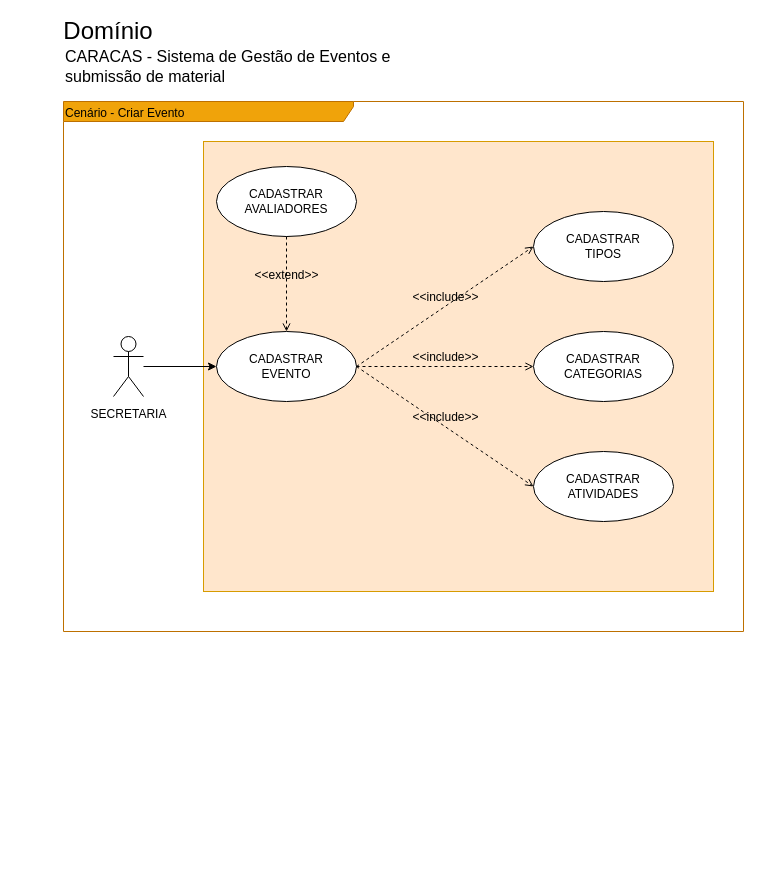
Before: doc/diagrama-casos-uso-CriarEvento.drawio in Hajadalaj/Plataforma-Caracas, a draw.io diagram. Source tidied: cells renumbered, new cells numbered last; positions are measured from the earlier drawing's top-left corner, leaving out a move shared by most shapes. Both pictures are drawn from the tidied source at 100%, with x=0, y=0 at pixel (63, 21).
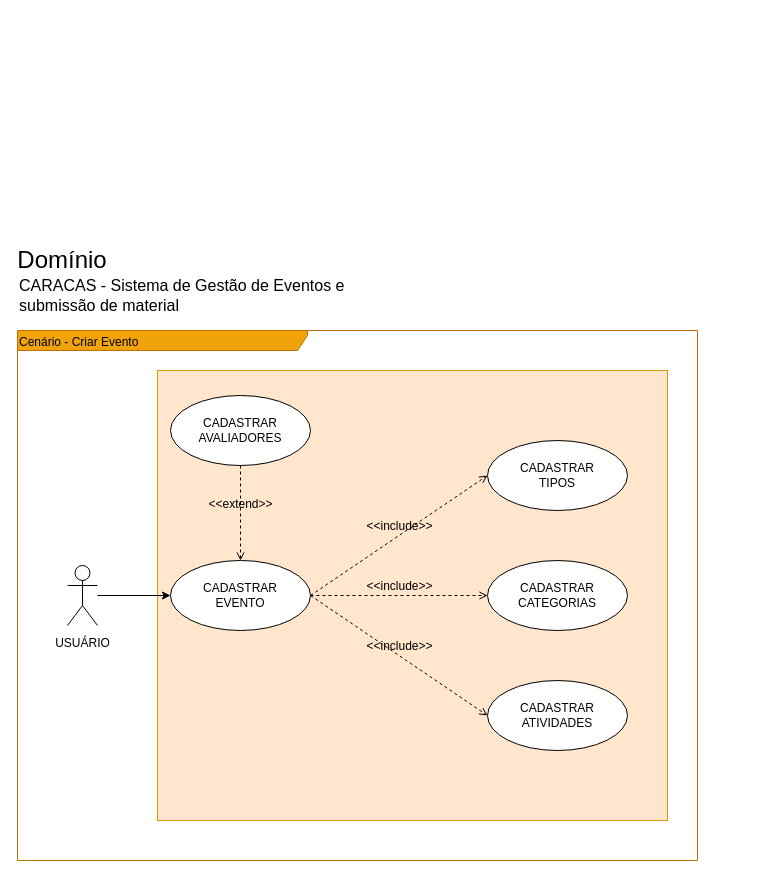
After the change.

Commit message (it also covers changes not shown here):
desenvolvido caso de uso para suporte do caso de uso de casdatro de evento

Change to the diagram source:
```diff
@@
 <mxGraphModel background="#FFFFFF">
   <root>
     <mxCell id="0" />
     <mxCell id="1" parent="0" />
+    <mxCell id="17" style="group;" parent="1" vertex="1">
+      <mxGeometry x="-46" y="229" width="680" height="610" as="geometry" />
+    </mxCell>
-    <mxCell id="2" value="&lt;font style=&quot;font-size: 12px&quot;&gt;Cenário - Criar Evento&lt;/font&gt;" style="shape=umlFrame;whiteSpace=wrap;html=1;fontSize=16;align=left;width=290;height=20;fillColor=#f0a30a;strokeColor=#BD7000;fontColor=#000000;" parent="1" vertex="1">
+    <mxCell id="2" value="&lt;font style=&quot;font-size: 12px&quot;&gt;Cenário - Criar Evento&lt;/font&gt;" style="shape=umlFrame;whiteSpace=wrap;html=1;fontSize=16;align=left;width=290;height=20;fillColor=#f0a30a;strokeColor=#BD7000;fontColor=#000000;" parent="17" vertex="1">
       <mxGeometry y="80" width="680" height="530" as="geometry" />
     </mxCell>
-    <mxCell id="3" style="rounded=0;whiteSpace=wrap;html=1;fontSize=12;align=left;fillColor=#ffe6cc;strokeColor=#d79b00;" parent="1" vertex="1">
+    <mxCell id="3" style="rounded=0;whiteSpace=wrap;html=1;fontSize=12;align=left;fillColor=#ffe6cc;strokeColor=#d79b00;" parent="17" vertex="1">
       <mxGeometry x="140" y="120" width="510" height="450" as="geometry" />
     </mxCell>
-    <mxCell id="4" value="Domínio" style="text;html=1;strokeColor=none;fillColor=none;align=center;verticalAlign=middle;whiteSpace=wrap;rounded=0;fontSize=24;fontColor=#000000;" parent="1" vertex="1">
+    <mxCell id="4" value="Domínio" style="text;html=1;strokeColor=none;fillColor=none;align=center;verticalAlign=middle;whiteSpace=wrap;rounded=0;fontSize=24;fontColor=#000000;" parent="17" vertex="1">
       <mxGeometry width="90" height="20" as="geometry" />
     </mxCell>
-    <mxCell id="5" value="CARACAS - Sistema de Gestão de Eventos e submissão de material" style="text;html=1;strokeColor=none;fillColor=none;align=left;verticalAlign=middle;whiteSpace=wrap;rounded=0;fontSize=16;fontColor=#000000;" parent="1" vertex="1">
+    <mxCell id="5" value="CARACAS - Sistema de Gestão de Eventos e submissão de material" style="text;html=1;strokeColor=none;fillColor=none;align=left;verticalAlign=middle;whiteSpace=wrap;rounded=0;fontSize=16;fontColor=#000000;" parent="17" vertex="1">
       <mxGeometry y="20" width="360" height="50" as="geometry" />
     </mxCell>
-    <mxCell id="6" style="edgeStyle=orthogonalEdgeStyle;rounded=0;jettySize=auto;html=1;entryX=0;entryY=0.5;entryDx=0;entryDy=0;fontSize=12;strokeColor=#000000;" parent="1" edge="1" source="7" target="8">
-      <mxGeometry relative="1" as="geometry" />
-    </mxCell>
-    <mxCell id="7" value="&lt;font style=&quot;font-size: 12px&quot; color=&quot;#000000&quot;&gt;SECRETARIA&lt;/font&gt;" style="shape=umlActor;verticalLabelPosition=bottom;verticalAlign=top;html=1;fontSize=16;strokeColor=#000000;fillColor=none;" parent="1" vertex="1">
+    <mxCell id="7" value="&lt;font color=&quot;#000000&quot;&gt;&lt;span style=&quot;font-size: 12px&quot;&gt;USUÁRIO&lt;/span&gt;&lt;/font&gt;" style="shape=umlActor;verticalLabelPosition=bottom;verticalAlign=top;html=1;fontSize=16;strokeColor=#000000;fillColor=none;" parent="17" vertex="1">
       <mxGeometry x="50" y="315" width="30" height="60" as="geometry" />
     </mxCell>
-    <mxCell id="8" value="&lt;font color=&quot;#000000&quot;&gt;CADASTRAR &lt;br&gt;EVENTO&lt;/font&gt;" style="ellipse;whiteSpace=wrap;html=1;fontSize=12;align=center;strokeWidth=1;strokeColor=#000000;fillColor=#FFFFFF;" parent="1" vertex="1">
+    <mxCell id="8" value="&lt;font color=&quot;#000000&quot;&gt;CADASTRAR &lt;br&gt;EVENTO&lt;/font&gt;" style="ellipse;whiteSpace=wrap;html=1;fontSize=12;align=center;strokeWidth=1;strokeColor=#000000;fillColor=#FFFFFF;" parent="17" vertex="1">
       <mxGeometry x="153" y="310" width="140" height="70" as="geometry" />
     </mxCell>
+    <mxCell id="6" style="edgeStyle=orthogonalEdgeStyle;rounded=0;jettySize=auto;html=1;entryX=0;entryY=0.5;entryDx=0;entryDy=0;fontSize=12;strokeColor=#000000;" parent="17" edge="1" source="7" target="8">
+      <mxGeometry relative="1" as="geometry" />
+    </mxCell>
-    <mxCell id="9" value="&lt;font color=&quot;#000000&quot;&gt;CADASTRAR &lt;br&gt;TIPOS&lt;/font&gt;" style="ellipse;whiteSpace=wrap;html=1;fontSize=12;align=center;strokeColor=#000000;fillColor=#FFFFFF;" parent="1" vertex="1">
+    <mxCell id="9" value="&lt;font color=&quot;#000000&quot;&gt;CADASTRAR &lt;br&gt;TIPOS&lt;/font&gt;" style="ellipse;whiteSpace=wrap;html=1;fontSize=12;align=center;strokeColor=#000000;fillColor=#FFFFFF;" parent="17" vertex="1">
       <mxGeometry x="470" y="190" width="140" height="70" as="geometry" />
     </mxCell>
-    <mxCell id="10" value="&lt;font color=&quot;#000000&quot;&gt;CADASTRAR &lt;br&gt;CATEGORIAS&lt;/font&gt;" style="ellipse;whiteSpace=wrap;html=1;fontSize=12;align=center;strokeColor=#000000;fillColor=#FFFFFF;" parent="1" vertex="1">
+    <mxCell id="10" value="&lt;font color=&quot;#000000&quot;&gt;CADASTRAR &lt;br&gt;CATEGORIAS&lt;/font&gt;" style="ellipse;whiteSpace=wrap;html=1;fontSize=12;align=center;strokeColor=#000000;fillColor=#FFFFFF;" parent="17" vertex="1">
       <mxGeometry x="470" y="310" width="140" height="70" as="geometry" />
     </mxCell>
-    <mxCell id="11" value="&lt;font color=&quot;#000000&quot;&gt;CADASTRAR &lt;br&gt;ATIVIDADES&lt;/font&gt;" style="ellipse;whiteSpace=wrap;html=1;fontSize=12;align=center;strokeColor=#000000;fillColor=#FFFFFF;" parent="1" vertex="1">
+    <mxCell id="11" value="&lt;font color=&quot;#000000&quot;&gt;CADASTRAR &lt;br&gt;ATIVIDADES&lt;/font&gt;" style="ellipse;whiteSpace=wrap;html=1;fontSize=12;align=center;strokeColor=#000000;fillColor=#FFFFFF;" parent="17" vertex="1">
       <mxGeometry x="470" y="430" width="140" height="70" as="geometry" />
     </mxCell>
-    <mxCell id="12" value="&lt;font color=&quot;#000000&quot;&gt;&amp;lt;&amp;lt;include&amp;gt;&amp;gt;&lt;/font&gt;" style="html=1;verticalAlign=bottom;labelBackgroundColor=none;endArrow=open;endFill=0;dashed=1;fontSize=12;exitX=1;exitY=0.5;exitDx=0;exitDy=0;entryX=0;entryY=0.5;entryDx=0;entryDy=0;strokeColor=#000000;" parent="1" edge="1" source="8" target="9">
+    <mxCell id="12" value="&lt;font color=&quot;#000000&quot;&gt;&amp;lt;&amp;lt;include&amp;gt;&amp;gt;&lt;/font&gt;" style="html=1;verticalAlign=bottom;labelBackgroundColor=none;endArrow=open;endFill=0;dashed=1;fontSize=12;exitX=1;exitY=0.5;exitDx=0;exitDy=0;entryX=0;entryY=0.5;entryDx=0;entryDy=0;strokeColor=#000000;" parent="17" edge="1" source="8" target="9">
       <mxGeometry relative="1" as="geometry" />
     </mxCell>
-    <mxCell id="13" value="&lt;font color=&quot;#000000&quot;&gt;&amp;lt;&amp;lt;include&amp;gt;&amp;gt;&lt;/font&gt;" style="html=1;verticalAlign=bottom;labelBackgroundColor=none;endArrow=open;endFill=0;dashed=1;fontSize=12;exitX=1;exitY=0.5;exitDx=0;exitDy=0;entryX=0;entryY=0.5;entryDx=0;entryDy=0;strokeColor=#000000;" parent="1" edge="1" source="8" target="10">
+    <mxCell id="13" value="&lt;font color=&quot;#000000&quot;&gt;&amp;lt;&amp;lt;include&amp;gt;&amp;gt;&lt;/font&gt;" style="html=1;verticalAlign=bottom;labelBackgroundColor=none;endArrow=open;endFill=0;dashed=1;fontSize=12;exitX=1;exitY=0.5;exitDx=0;exitDy=0;entryX=0;entryY=0.5;entryDx=0;entryDy=0;strokeColor=#000000;" parent="17" edge="1" source="8" target="10">
       <mxGeometry relative="1" as="geometry" />
     </mxCell>
-    <mxCell id="14" value="&lt;font color=&quot;#000000&quot;&gt;&amp;lt;&amp;lt;include&amp;gt;&amp;gt;&lt;/font&gt;" style="html=1;verticalAlign=bottom;labelBackgroundColor=none;endArrow=open;endFill=0;dashed=1;fontSize=12;exitX=1;exitY=0.5;exitDx=0;exitDy=0;entryX=0;entryY=0.5;entryDx=0;entryDy=0;strokeColor=#000000;" parent="1" edge="1" source="8" target="11">
+    <mxCell id="14" value="&lt;font color=&quot;#000000&quot;&gt;&amp;lt;&amp;lt;include&amp;gt;&amp;gt;&lt;/font&gt;" style="html=1;verticalAlign=bottom;labelBackgroundColor=none;endArrow=open;endFill=0;dashed=1;fontSize=12;exitX=1;exitY=0.5;exitDx=0;exitDy=0;entryX=0;entryY=0.5;entryDx=0;entryDy=0;strokeColor=#000000;" parent="17" edge="1" source="8" target="11">
       <mxGeometry relative="1" as="geometry" />
     </mxCell>
-    <mxCell id="15" value="&lt;font color=&quot;#000000&quot;&gt;CADASTRAR &lt;br&gt;AVALIADORES&lt;br&gt;&lt;/font&gt;" style="ellipse;whiteSpace=wrap;html=1;fontSize=12;align=center;strokeWidth=1;strokeColor=#000000;fillColor=#FFFFFF;" parent="1" vertex="1">
+    <mxCell id="15" value="&lt;font color=&quot;#000000&quot;&gt;CADASTRAR &lt;br&gt;AVALIADORES&lt;br&gt;&lt;/font&gt;" style="ellipse;whiteSpace=wrap;html=1;fontSize=12;align=center;strokeWidth=1;strokeColor=#000000;fillColor=#FFFFFF;" parent="17" vertex="1">
       <mxGeometry x="153" y="145" width="140" height="70" as="geometry" />
     </mxCell>
-    <mxCell id="16" value="&lt;font color=&quot;#000000&quot;&gt;&amp;lt;&amp;lt;extend&amp;gt;&amp;gt;&lt;/font&gt;" style="html=1;verticalAlign=bottom;labelBackgroundColor=none;endArrow=open;endFill=0;dashed=1;fontSize=12;strokeColor=#000000;exitX=0.5;exitY=1;exitDx=0;exitDy=0;entryX=0.5;entryY=0;entryDx=0;entryDy=0;" parent="1" edge="1" source="15" target="8">
+    <mxCell id="16" value="&lt;font color=&quot;#000000&quot;&gt;&amp;lt;&amp;lt;extend&amp;gt;&amp;gt;&lt;/font&gt;" style="html=1;verticalAlign=bottom;labelBackgroundColor=none;endArrow=open;endFill=0;dashed=1;fontSize=12;strokeColor=#000000;exitX=0.5;exitY=1;exitDx=0;exitDy=0;entryX=0.5;entryY=0;entryDx=0;entryDy=0;" parent="17" edge="1" source="15" target="8">
       <mxGeometry relative="1" as="geometry" />
     </mxCell>
   </root>
 </mxGraphModel>
```
